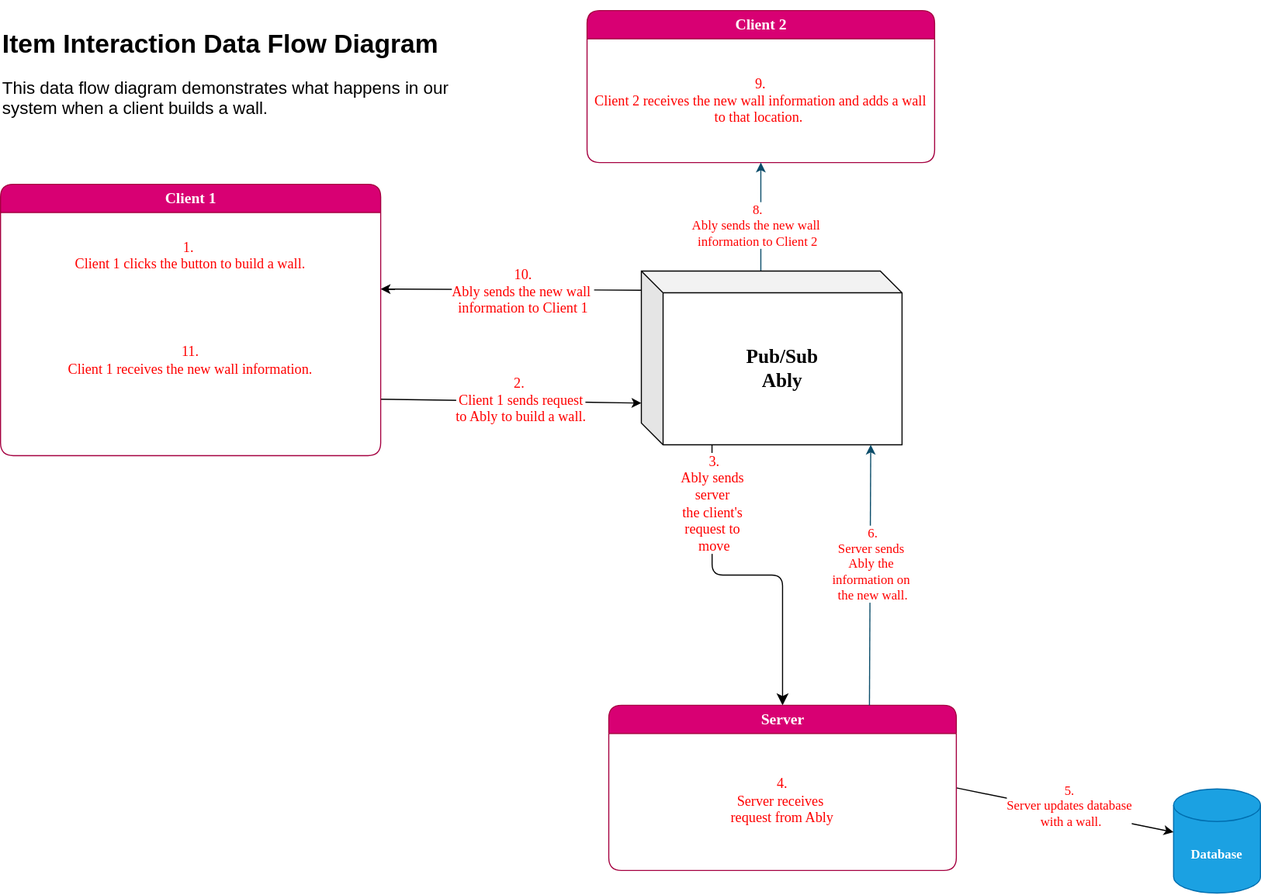
Before: diagrams/itemInteraction.drawio.svg, a diagram exported from draw.io (sloalchemist/potions). Source tidied: cells renumbered, new cells last; positions are measured from the earlier drawing's top-left corner, leaving out a move shared by most shapes.
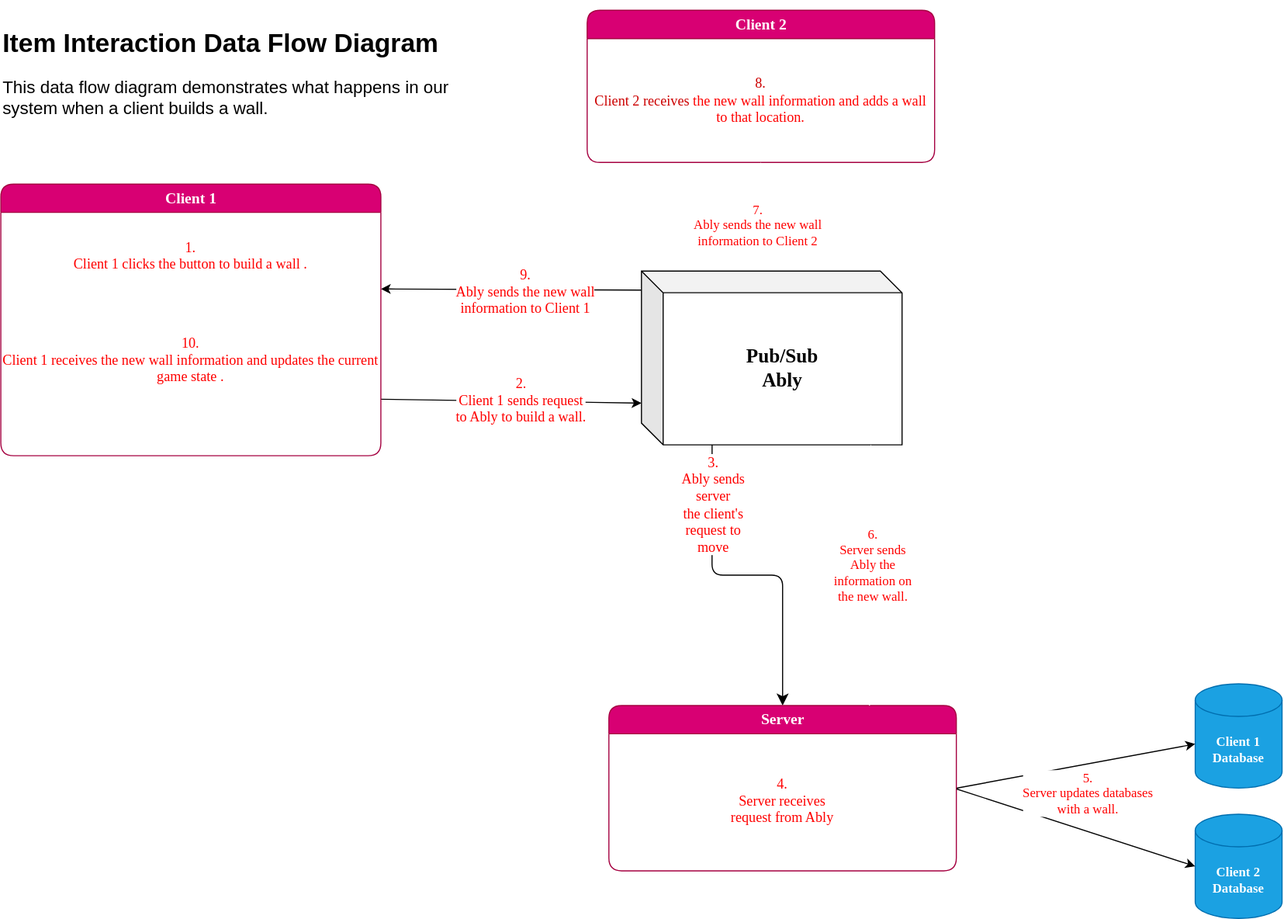
The same file after the commit.

Commit message:
doc: added additional db for clients and auth server info

The edit, as a diff of the source:
```diff
@@ -10,17 +10,12 @@
         <mxPoint y="-42" as="offset" />
       </mxGeometry>
     </mxCell>
-    <mxCell id="4" value="&lt;font face=&quot;Verdana&quot;&gt;&lt;b&gt;Database&lt;/b&gt;&lt;/font&gt;" style="shape=cylinder3;whiteSpace=wrap;html=1;boundedLbl=1;backgroundOutline=1;size=15;fillColor=#1ba1e2;fontColor=#ffffff;strokeColor=#006EAF;" parent="1" vertex="1">
-      <mxGeometry x="1080" y="717" width="80" height="96" as="geometry" />
+    <mxCell id="4" value="&lt;font face=&quot;Verdana&quot;&gt;&lt;b&gt;Client 1 Database&lt;/b&gt;&lt;/font&gt;" style="shape=cylinder3;whiteSpace=wrap;html=1;boundedLbl=1;backgroundOutline=1;size=15;fillColor=#1ba1e2;fontColor=#ffffff;strokeColor=#006EAF;" parent="1" vertex="1">
+      <mxGeometry x="1100" y="620" width="80" height="96" as="geometry" />
     </mxCell>
     <mxCell id="5" style="endArrow=classic;html=1;rounded=0;exitX=1;exitY=0.5;exitDx=0;exitDy=0;" parent="1" edge="1" source="12" target="4">
       <mxGeometry relative="1" as="geometry" />
     </mxCell>
-    <mxCell id="6" value="&lt;font style=&quot;color: rgb(255, 0, 0);&quot;&gt;5.&lt;/font&gt;&lt;div&gt;&lt;font style=&quot;color: rgb(255, 0, 0);&quot;&gt;Server updates database&lt;/font&gt;&lt;/div&gt;&lt;div&gt;&lt;font style=&quot;color: rgb(255, 0, 0);&quot;&gt;&amp;nbsp;with a wall.&lt;/font&gt;&lt;/div&gt;" style="edgeLabel;html=1;align=center;verticalAlign=middle;fontFamily=Verdana;fontSize=12;" parent="5" vertex="1">
-      <mxGeometry x="-0.23" y="-3" relative="1" as="geometry">
-        <mxPoint x="25" y="-3" as="offset" />
-      </mxGeometry>
-    </mxCell>
     <mxCell id="7" style="endArrow=classic;html=1;rounded=0;exitX=1;exitY=0.5;exitDx=0;exitDy=0;entryX=0;entryY=0.76;entryDx=0;entryDy=0;entryPerimeter=0;" parent="1" edge="1" target="22">
       <mxGeometry relative="1" as="geometry">
         <mxPoint x="350" y="358" as="sourcePoint" />
@@ -34,7 +29,7 @@
     <mxCell id="9" style="endArrow=classic;html=1;rounded=0;entryX=1;entryY=0.75;entryDx=0;entryDy=0;exitX=0;exitY=0.11;exitDx=0;exitDy=0;exitPerimeter=0;" parent="1" edge="1" source="22" target="20">
       <mxGeometry relative="1" as="geometry" />
     </mxCell>
-    <mxCell id="10" value="&lt;div&gt;&lt;font style=&quot;color: rgb(255, 0, 0); font-size: 13px;&quot;&gt;10.&lt;/font&gt;&lt;/div&gt;&lt;div&gt;&lt;font style=&quot;color: rgb(255, 0, 0); font-size: 13px;&quot;&gt;Ably sends the new wall&amp;nbsp;&lt;/font&gt;&lt;/div&gt;&lt;div&gt;&lt;font style=&quot;color: rgb(255, 0, 0); font-size: 13px;&quot;&gt;information&amp;nbsp;&lt;/font&gt;&lt;span style=&quot;background-color: light-dark(#ffffff, var(--ge-dark-color, #121212)); color: light-dark(rgb(255, 0, 0), rgb(255, 144, 144)); font-size: 13px;&quot;&gt;to Client 1&lt;/span&gt;&lt;/div&gt;" style="edgeLabel;html=1;align=center;verticalAlign=middle;fontFamily=Verdana;" parent="9" vertex="1">
+    <mxCell id="10" value="&lt;div&gt;&lt;font style=&quot;color: rgb(255, 0, 0); font-size: 13px;&quot;&gt;9.&lt;/font&gt;&lt;/div&gt;&lt;div&gt;&lt;font style=&quot;color: rgb(255, 0, 0); font-size: 13px;&quot;&gt;Ably sends the new wall&amp;nbsp;&lt;/font&gt;&lt;/div&gt;&lt;div&gt;&lt;font style=&quot;color: rgb(255, 0, 0); font-size: 13px;&quot;&gt;information&amp;nbsp;&lt;/font&gt;&lt;span style=&quot;background-color: light-dark(#ffffff, var(--ge-dark-color, #121212)); color: light-dark(rgb(255, 0, 0), rgb(255, 144, 144)); font-size: 13px;&quot;&gt;to Client 1&lt;/span&gt;&lt;/div&gt;" style="edgeLabel;html=1;align=center;verticalAlign=middle;fontFamily=Verdana;" parent="9" vertex="1">
       <mxGeometry x="-0.37" y="-1" relative="1" as="geometry">
         <mxPoint x="-33" y="1" as="offset" />
       </mxGeometry>
@@ -54,13 +49,13 @@
     <mxCell id="15" value="&lt;h3&gt;Client 2&lt;/h3&gt;" style="swimlane;html=1;fontStyle=0;horizontal=1;startSize=26;fillColor=#d80073;swimlaneFillColor=#ffffff;align=center;rounded=1;shadow=0;comic=0;labelBackgroundColor=none;strokeWidth=1;fontFamily=Verdana;fontSize=12;fontColor=#ffffff;strokeColor=#A50040;" parent="14" vertex="1">
       <mxGeometry width="320" height="140" as="geometry" />
     </mxCell>
-    <mxCell id="16" value="&lt;font color=&quot;#ff0000&quot;&gt;&lt;span style=&quot;font-size: 13px;&quot;&gt;9.&lt;/span&gt;&lt;/font&gt;&lt;div&gt;&lt;font color=&quot;#ff0000&quot;&gt;&lt;span style=&quot;font-size: 13px;&quot;&gt;Client 2 receives&amp;nbsp;&lt;/span&gt;&lt;/font&gt;&lt;span style=&quot;font-size: 13px; color: light-dark(rgb(255, 0, 0), rgb(255, 144, 144)); background-color: transparent;&quot;&gt;the new wall information and adds a wall to that location.&lt;/span&gt;&lt;span style=&quot;background-color: transparent; color: light-dark(rgb(255, 0, 0), rgb(255, 144, 144)); font-size: 13px;&quot;&gt;&amp;nbsp;&lt;/span&gt;&lt;/div&gt;" style="text;strokeColor=none;align=center;fillColor=none;html=1;verticalAlign=middle;whiteSpace=wrap;rounded=0;fontFamily=Verdana;" parent="15" vertex="1">
+    <mxCell id="16" value="&lt;span style=&quot;font-size: 13px;&quot;&gt;&lt;font color=&quot;#cc0000&quot;&gt;8.&lt;/font&gt;&lt;/span&gt;&lt;div&gt;&lt;font color=&quot;#cc0000&quot;&gt;&lt;span style=&quot;font-size: 13px;&quot;&gt;Client 2 receives&amp;nbsp;&lt;/span&gt;&lt;span style=&quot;font-size: 13px; color: light-dark(rgb(255, 0, 0), rgb(255, 144, 144)); background-color: transparent;&quot;&gt;the new wall information and adds a wall to that location.&lt;/span&gt;&lt;/font&gt;&lt;/div&gt;" style="text;strokeColor=none;align=center;fillColor=none;html=1;verticalAlign=middle;whiteSpace=wrap;rounded=0;fontFamily=Verdana;" parent="15" vertex="1">
       <mxGeometry y="26" width="320" height="114" as="geometry" />
     </mxCell>
-    <mxCell id="17" style="endArrow=classic;html=1;rounded=0;strokeColor=#0B4D6A;exitX=0;exitY=0;exitDx=110;exitDy=0;exitPerimeter=0;entryX=0.5;entryY=1;entryDx=0;entryDy=0;" parent="1" edge="1" source="22" target="16">
+    <mxCell id="17" style="endArrow=classic;html=1;rounded=0;strokeColor=#FFFFFF;exitX=0;exitY=0;exitDx=110;exitDy=0;exitPerimeter=0;entryX=0.5;entryY=1;entryDx=0;entryDy=0;" parent="1" edge="1" source="22" target="16">
       <mxGeometry relative="1" as="geometry" />
     </mxCell>
-    <mxCell id="18" value="&lt;font style=&quot;color: rgb(255, 0, 0);&quot;&gt;8.&lt;/font&gt;&lt;div&gt;&lt;font style=&quot;color: rgb(255, 0, 0);&quot;&gt;Ably sends the new wall&amp;nbsp;&lt;/font&gt;&lt;/div&gt;&lt;div&gt;&lt;font style=&quot;color: rgb(255, 0, 0);&quot;&gt;information&amp;nbsp;&lt;/font&gt;&lt;span style=&quot;color: light-dark(rgb(255, 0, 0), rgb(255, 144, 144)); background-color: light-dark(#ffffff, var(--ge-dark-color, #121212));&quot;&gt;to Client 2&lt;/span&gt;&lt;/div&gt;" style="edgeLabel;html=1;align=center;verticalAlign=middle;strokeColor=#BAC8D3;fontColor=#EEEEEE;fillColor=#09555B;fontFamily=Verdana;fontSize=12;" parent="17" vertex="1">
+    <mxCell id="18" value="&lt;font style=&quot;color: rgb(255, 0, 0);&quot;&gt;7.&lt;/font&gt;&lt;div&gt;&lt;font style=&quot;color: rgb(255, 0, 0);&quot;&gt;Ably sends the new wall&amp;nbsp;&lt;/font&gt;&lt;/div&gt;&lt;div&gt;&lt;font style=&quot;color: rgb(255, 0, 0);&quot;&gt;information&amp;nbsp;&lt;/font&gt;&lt;span style=&quot;color: light-dark(rgb(255, 0, 0), rgb(255, 144, 144)); background-color: light-dark(#ffffff, var(--ge-dark-color, #121212));&quot;&gt;to Client 2&lt;/span&gt;&lt;/div&gt;" style="edgeLabel;html=1;align=center;verticalAlign=middle;strokeColor=#BAC8D3;fontColor=#EEEEEE;fillColor=#09555B;fontFamily=Verdana;fontSize=12;" parent="17" vertex="1">
       <mxGeometry x="0.19" y="4" relative="1" as="geometry">
         <mxPoint y="17" as="offset" />
       </mxGeometry>
@@ -71,13 +66,13 @@
     <mxCell id="20" value="&lt;font style=&quot;font-size: 13px;&quot;&gt;1.&amp;nbsp;&lt;/font&gt;&lt;div&gt;&lt;font style=&quot;font-size: 13px;&quot;&gt;Client 1 clicks the button to build a wall&lt;/font&gt;&lt;span style=&quot;font-size: 13px; background-color: transparent; color: light-dark(rgb(255, 0, 0), rgb(255, 144, 144));&quot;&gt;.&lt;/span&gt;&lt;/div&gt;&lt;div&gt;&lt;font&gt;&lt;br&gt;&lt;/font&gt;&lt;/div&gt;" style="text;strokeColor=none;align=center;fillColor=none;html=1;verticalAlign=middle;whiteSpace=wrap;rounded=0;fontColor=#FF0000;fontFamily=Verdana;" parent="19" vertex="1">
       <mxGeometry y="26" width="350" height="94" as="geometry" />
     </mxCell>
-    <mxCell id="21" value="&lt;font style=&quot;color: rgb(255, 0, 0); font-size: 13px;&quot;&gt;11.&lt;/font&gt;&lt;div&gt;&lt;font style=&quot;color: rgb(255, 0, 0); font-size: 13px;&quot;&gt;Client 1 receives the new wall information.&lt;/font&gt;&lt;/div&gt;" style="text;strokeColor=none;align=center;fillColor=none;html=1;verticalAlign=middle;whiteSpace=wrap;rounded=0;fontFamily=Verdana;" parent="19" vertex="1">
+    <mxCell id="21" value="&lt;font style=&quot;color: rgb(255, 0, 0); font-size: 13px;&quot;&gt;10.&lt;/font&gt;&lt;div&gt;&lt;font style=&quot;color: rgb(255, 0, 0); font-size: 13px;&quot;&gt;Client 1 receives the new wall information and updates the current game state .&lt;/font&gt;&lt;/div&gt;" style="text;strokeColor=none;align=center;fillColor=none;html=1;verticalAlign=middle;whiteSpace=wrap;rounded=0;fontFamily=Verdana;" parent="19" vertex="1">
       <mxGeometry y="120" width="350" height="84" as="geometry" />
     </mxCell>
     <mxCell id="22" value="&lt;h2&gt;&lt;font face=&quot;Verdana&quot;&gt;Pub/Sub&lt;br&gt;Ably&lt;/font&gt;&lt;/h2&gt;" style="shape=cube;whiteSpace=wrap;html=1;boundedLbl=1;backgroundOutline=1;darkOpacity=0.05;darkOpacity2=0.1;points=[[0,0,0,0,0],[0,0,0,0,120],[0,0,0,10,130],[0,0,0,20,140],[0,0,0,110,0],[0,0,0,220,0],[0,0,0,230,10],[0,0,0,240,20],[0,0,0,240,80],[0,0.11,0,0,0],[0,0.25,0,0,0],[0,0.39,0,0,0],[0,0.5,0,0,0],[0,0.59,0,0,0],[0,0.68,0,0,0],[0,0.76,0,0,0],[0.2,1,0,0,0],[0.29,1,0,0,0],[0.4,1,0,0,0],[0.5,1,0,0,0],[0.63,1,0,0,0],[0.75,1,0,0,0],[0.88,1,0,0,0],[1,1,0,0,0]];" parent="1" vertex="1">
       <mxGeometry x="590" y="240" width="240" height="160" as="geometry" />
     </mxCell>
-    <mxCell id="23" style="endArrow=classic;html=1;rounded=0;strokeColor=#0B4D6A;entryX=0.88;entryY=1;entryDx=0;entryDy=0;entryPerimeter=0;exitX=0.75;exitY=0;exitDx=0;exitDy=0;" parent="1" edge="1" source="12" target="22">
+    <mxCell id="23" style="endArrow=classic;html=1;rounded=0;strokeColor=#FFFFFF;entryX=0.88;entryY=1;entryDx=0;entryDy=0;entryPerimeter=0;exitX=0.75;exitY=0;exitDx=0;exitDy=0;" parent="1" edge="1" source="12" target="22">
       <mxGeometry relative="1" as="geometry" />
     </mxCell>
     <mxCell id="24" value="&lt;font style=&quot;color: rgb(255, 0, 0);&quot; face=&quot;Verdana&quot;&gt;6.&lt;/font&gt;&lt;div&gt;&lt;font style=&quot;color: rgb(255, 0, 0);&quot; face=&quot;Verdana&quot;&gt;Server sends&amp;nbsp;&lt;/font&gt;&lt;/div&gt;&lt;div&gt;&lt;font style=&quot;color: rgb(255, 0, 0);&quot; face=&quot;Verdana&quot;&gt;Ably the&amp;nbsp;&lt;/font&gt;&lt;/div&gt;&lt;div&gt;&lt;font style=&quot;color: rgb(255, 0, 0);&quot; face=&quot;Verdana&quot;&gt;information on&amp;nbsp;&lt;/font&gt;&lt;/div&gt;&lt;div&gt;&lt;font style=&quot;color: rgb(255, 0, 0);&quot; face=&quot;Verdana&quot;&gt;the new wall.&lt;/font&gt;&lt;/div&gt;" style="edgeLabel;html=1;align=center;verticalAlign=middle;strokeColor=#BAC8D3;fontColor=#EEEEEE;fillColor=#09555B;fontSize=12;" parent="23" vertex="1">
@@ -86,5 +81,14 @@
     <mxCell id="25" value="&lt;h1 style=&quot;margin-top: 0px;&quot;&gt;&lt;font style=&quot;font-size: 24px;&quot;&gt;Item Interaction Data Flow Diagram&lt;/font&gt;&lt;/h1&gt;&lt;p&gt;&lt;font size=&quot;3&quot;&gt;This data flow diagram demonstrates what happens in our system when a client builds a wall.&lt;/font&gt;&lt;/p&gt;" style="text;html=1;whiteSpace=wrap;overflow=hidden;rounded=0;align=left;" parent="1" vertex="1">
       <mxGeometry y="10" width="440" height="120" as="geometry" />
     </mxCell>
+    <mxCell id="26" value="&lt;font face=&quot;Verdana&quot;&gt;&lt;b&gt;Client 2 Database&lt;/b&gt;&lt;/font&gt;" style="shape=cylinder3;whiteSpace=wrap;html=1;boundedLbl=1;backgroundOutline=1;size=15;fillColor=#1ba1e2;fontColor=#ffffff;strokeColor=#006EAF;" parent="1" vertex="1">
+      <mxGeometry x="1100" y="740" width="80" height="96" as="geometry" />
+    </mxCell>
+    <mxCell id="27" style="endArrow=classic;html=1;rounded=0;exitX=1.001;exitY=0.41;exitDx=0;exitDy=0;entryX=0;entryY=0.5;entryDx=0;entryDy=0;entryPerimeter=0;exitPerimeter=0;" parent="1" edge="1" source="13" target="26">
+      <mxGeometry relative="1" as="geometry" />
+    </mxCell>
+    <mxCell id="28" value="&lt;font style=&quot;color: rgb(255, 0, 0);&quot;&gt;5.&lt;/font&gt;&lt;div&gt;&lt;font style=&quot;color: rgb(255, 0, 0);&quot;&gt;Server updates databases&lt;/font&gt;&lt;/div&gt;&lt;div&gt;&lt;font style=&quot;color: rgb(255, 0, 0);&quot;&gt;&amp;nbsp;with a wall.&lt;/font&gt;&lt;/div&gt;" style="edgeLabel;html=1;align=center;verticalAlign=middle;fontFamily=Verdana;fontSize=12;" parent="1" vertex="1">
+      <mxGeometry x="1000" y="720" as="geometry" />
+    </mxCell>
   </root>
 </mxGraphModel>
```
